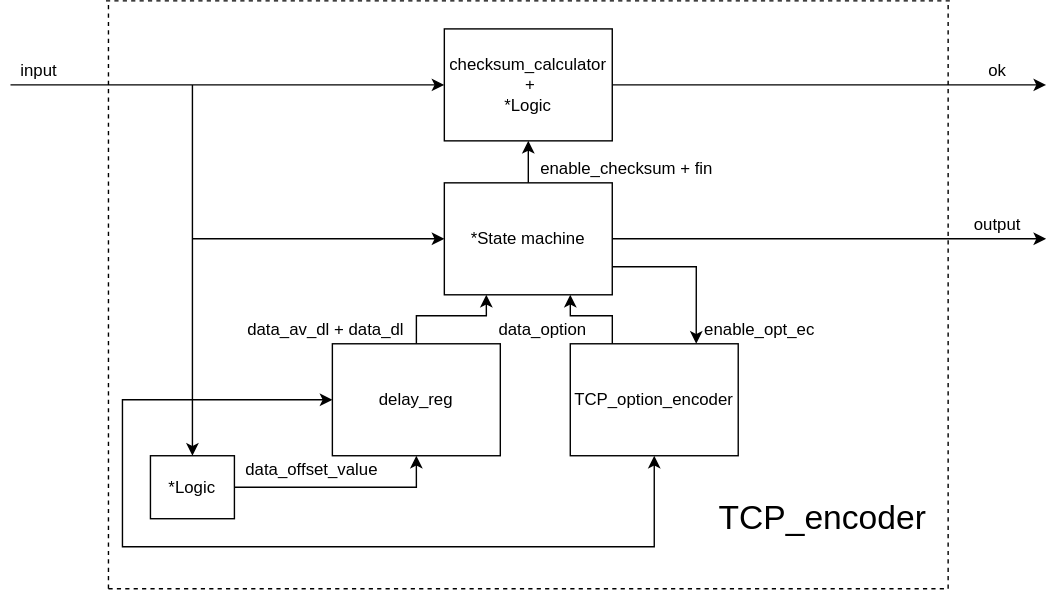
ntpt7921/Verilog_UDP_TCP keeps this draw.io diagram as Documentation/Block_diagram/TCP_encoder_bd.svg. Above is the earlier version. Source tidied: cells renumbered, new cells last; positions are measured from the earlier drawing's top-left corner, leaving out a move shared by most shapes. Its diagram source:
```xml
<mxGraphModel>
  <root>
    <mxCell id="0" />
    <mxCell id="1" parent="0" />
    <mxCell id="2" style="edgeStyle=none;rounded=0;jettySize=auto;html=1;fontSize=12;" parent="1" edge="1" source="5" target="7">
      <mxGeometry relative="1" as="geometry" />
    </mxCell>
    <mxCell id="3" style="edgeStyle=orthogonalEdgeStyle;rounded=0;jettySize=auto;html=1;exitX=1;exitY=0.75;exitDx=0;exitDy=0;entryX=0.75;entryY=0;entryDx=0;entryDy=0;" parent="1" edge="1" source="5" target="20">
      <mxGeometry relative="1" as="geometry" />
    </mxCell>
    <mxCell id="4" style="edgeStyle=orthogonalEdgeStyle;rounded=0;jettySize=auto;html=1;exitX=1;exitY=0.5;exitDx=0;exitDy=0;" parent="1" edge="1" source="5">
      <mxGeometry relative="1" as="geometry">
        <mxPoint x="740" y="170" as="targetPoint" />
      </mxGeometry>
    </mxCell>
    <mxCell id="5" value="&lt;div&gt;*State machine&lt;/div&gt;" style="rounded=0;whiteSpace=wrap;html=1;" parent="1" vertex="1">
      <mxGeometry x="310" y="130" width="120" height="80" as="geometry" />
    </mxCell>
    <mxCell id="6" style="edgeStyle=orthogonalEdgeStyle;rounded=0;jettySize=auto;html=1;" parent="1" edge="1" source="7">
      <mxGeometry relative="1" as="geometry">
        <mxPoint x="740" y="60" as="targetPoint" />
      </mxGeometry>
    </mxCell>
    <mxCell id="7" value="&lt;div&gt;checksum_calculator&lt;/div&gt;&lt;div&gt;&amp;nbsp;+&lt;/div&gt;&lt;div&gt;*Logic&lt;br&gt;&lt;/div&gt;" style="rounded=0;whiteSpace=wrap;html=1;" parent="1" vertex="1">
      <mxGeometry x="310" y="20" width="120" height="80" as="geometry" />
    </mxCell>
    <mxCell id="8" value="input" style="text;html=1;align=center;verticalAlign=middle;strokeColor=none;fillColor=none;fontSize=12;" parent="1" vertex="1">
      <mxGeometry y="40" width="40" height="20" as="geometry" />
    </mxCell>
    <mxCell id="9" style="endArrow=none;dashed=1;html=1;rounded=0;fontSize=12;" parent="1" edge="1">
      <mxGeometry relative="1" as="geometry">
        <mxPoint x="68.2" as="sourcePoint" />
        <mxPoint x="671.8" as="targetPoint" />
        <Array as="points">
          <mxPoint x="368.2" />
        </Array>
      </mxGeometry>
    </mxCell>
    <mxCell id="10" style="endArrow=none;dashed=1;html=1;rounded=0;fontSize=12;" parent="1" edge="1">
      <mxGeometry relative="1" as="geometry">
        <mxPoint x="70" y="420" as="sourcePoint" />
        <mxPoint x="670" y="420" as="targetPoint" />
      </mxGeometry>
    </mxCell>
    <mxCell id="11" style="endArrow=none;dashed=1;html=1;rounded=0;fontSize=12;" parent="1" edge="1">
      <mxGeometry relative="1" as="geometry">
        <mxPoint x="70" y="420" as="sourcePoint" />
        <mxPoint x="70" as="targetPoint" />
      </mxGeometry>
    </mxCell>
    <mxCell id="12" style="endArrow=none;dashed=1;html=1;rounded=0;fontSize=12;" parent="1" edge="1">
      <mxGeometry relative="1" as="geometry">
        <mxPoint x="670" y="420" as="sourcePoint" />
        <mxPoint x="670" as="targetPoint" />
      </mxGeometry>
    </mxCell>
    <mxCell id="13" value="&lt;font style=&quot;font-size: 24px&quot;&gt;TCP_encoder&lt;/font&gt;" style="text;html=1;align=center;verticalAlign=middle;strokeColor=none;fillColor=none;fontSize=12;" parent="1" vertex="1">
      <mxGeometry x="500" y="360" width="160" height="20" as="geometry" />
    </mxCell>
    <mxCell id="14" style="edgeStyle=orthogonalEdgeStyle;rounded=0;jettySize=auto;html=1;entryX=0.25;entryY=1;entryDx=0;entryDy=0;" parent="1" edge="1" source="15" target="5">
      <mxGeometry relative="1" as="geometry" />
    </mxCell>
    <mxCell id="15" value="delay_reg" style="rounded=0;whiteSpace=wrap;html=1;" parent="1" vertex="1">
      <mxGeometry x="230" y="245" width="120" height="80" as="geometry" />
    </mxCell>
    <mxCell id="16" value="&lt;div&gt;enable_checksum + fin&lt;br&gt;&lt;/div&gt;" style="text;html=1;align=center;verticalAlign=middle;strokeColor=none;fillColor=none;fontSize=12;" parent="1" vertex="1">
      <mxGeometry x="370" y="110" width="140" height="20" as="geometry" />
    </mxCell>
    <mxCell id="17" value="data_av_dl + data_dl" style="text;html=1;align=center;verticalAlign=middle;strokeColor=none;fillColor=none;fontSize=12;" parent="1" vertex="1">
      <mxGeometry x="160" y="225" width="130" height="20" as="geometry" />
    </mxCell>
    <mxCell id="18" style="endArrow=classic;html=1;rounded=0;entryX=0;entryY=0.5;entryDx=0;entryDy=0;" parent="1" edge="1" target="7">
      <mxGeometry relative="1" as="geometry">
        <mxPoint y="60" as="sourcePoint" />
      </mxGeometry>
    </mxCell>
    <mxCell id="19" style="edgeStyle=orthogonalEdgeStyle;rounded=0;jettySize=auto;html=1;entryX=0.75;entryY=1;entryDx=0;entryDy=0;" parent="1" edge="1" source="20" target="5">
      <mxGeometry relative="1" as="geometry">
        <Array as="points">
          <mxPoint x="430" y="225" />
          <mxPoint x="400" y="225" />
        </Array>
      </mxGeometry>
    </mxCell>
    <mxCell id="20" value="TCP_option_encoder" style="rounded=0;whiteSpace=wrap;html=1;" parent="1" vertex="1">
      <mxGeometry x="400" y="245" width="120" height="80" as="geometry" />
    </mxCell>
    <mxCell id="21" value="data_option" style="text;html=1;align=center;verticalAlign=middle;strokeColor=none;fillColor=none;fontSize=12;" parent="1" vertex="1">
      <mxGeometry x="340" y="225" width="80" height="20" as="geometry" />
    </mxCell>
    <mxCell id="22" value="enable_opt_ec" style="text;html=1;align=center;verticalAlign=middle;strokeColor=none;fillColor=none;" parent="1" vertex="1">
      <mxGeometry x="490" y="225" width="90" height="20" as="geometry" />
    </mxCell>
    <mxCell id="23" style="edgeStyle=orthogonalEdgeStyle;rounded=0;jettySize=auto;html=1;entryX=0.5;entryY=1;entryDx=0;entryDy=0;" parent="1" edge="1" source="24" target="15">
      <mxGeometry relative="1" as="geometry" />
    </mxCell>
    <mxCell id="24" value="&lt;div&gt;*Logic&lt;br&gt;&lt;/div&gt;" style="rounded=0;whiteSpace=wrap;html=1;" parent="1" vertex="1">
      <mxGeometry x="100" y="325" width="60" height="45" as="geometry" />
    </mxCell>
    <mxCell id="25" value="data_offset_value" style="text;html=1;align=center;verticalAlign=middle;strokeColor=none;fillColor=none;" parent="1" vertex="1">
      <mxGeometry x="160" y="325" width="110" height="20" as="geometry" />
    </mxCell>
    <mxCell id="26" style="endArrow=classic;html=1;rounded=0;" parent="1" edge="1" target="24">
      <mxGeometry relative="1" as="geometry">
        <mxPoint x="130" y="60" as="sourcePoint" />
      </mxGeometry>
    </mxCell>
    <mxCell id="27" style="endArrow=classic;html=1;rounded=0;entryX=0.5;entryY=1;entryDx=0;entryDy=0;" parent="1" edge="1" target="20">
      <mxGeometry relative="1" as="geometry">
        <mxPoint x="130" y="285" as="sourcePoint" />
        <Array as="points">
          <mxPoint x="80" y="285" />
          <mxPoint x="80" y="390" />
          <mxPoint x="460" y="390" />
        </Array>
      </mxGeometry>
    </mxCell>
    <mxCell id="28" value="&lt;div&gt;ok&lt;/div&gt;" style="text;html=1;align=center;verticalAlign=middle;strokeColor=none;fillColor=none;" parent="1" vertex="1">
      <mxGeometry x="690" y="40" width="30" height="20" as="geometry" />
    </mxCell>
    <mxCell id="29" value="output" style="text;html=1;align=center;verticalAlign=middle;strokeColor=none;fillColor=none;" parent="1" vertex="1">
      <mxGeometry x="680" y="150" width="50" height="20" as="geometry" />
    </mxCell>
    <mxCell id="30" style="endArrow=classic;html=1;rounded=0;entryX=0;entryY=0.5;entryDx=0;entryDy=0;" parent="1" edge="1" target="15">
      <mxGeometry relative="1" as="geometry">
        <mxPoint x="130" y="285" as="sourcePoint" />
      </mxGeometry>
    </mxCell>
    <mxCell id="31" style="endArrow=classic;html=1;rounded=0;entryX=0;entryY=0.5;entryDx=0;entryDy=0;" parent="1" edge="1" target="5">
      <mxGeometry relative="1" as="geometry">
        <mxPoint x="130" y="170" as="sourcePoint" />
      </mxGeometry>
    </mxCell>
  </root>
</mxGraphModel>
```
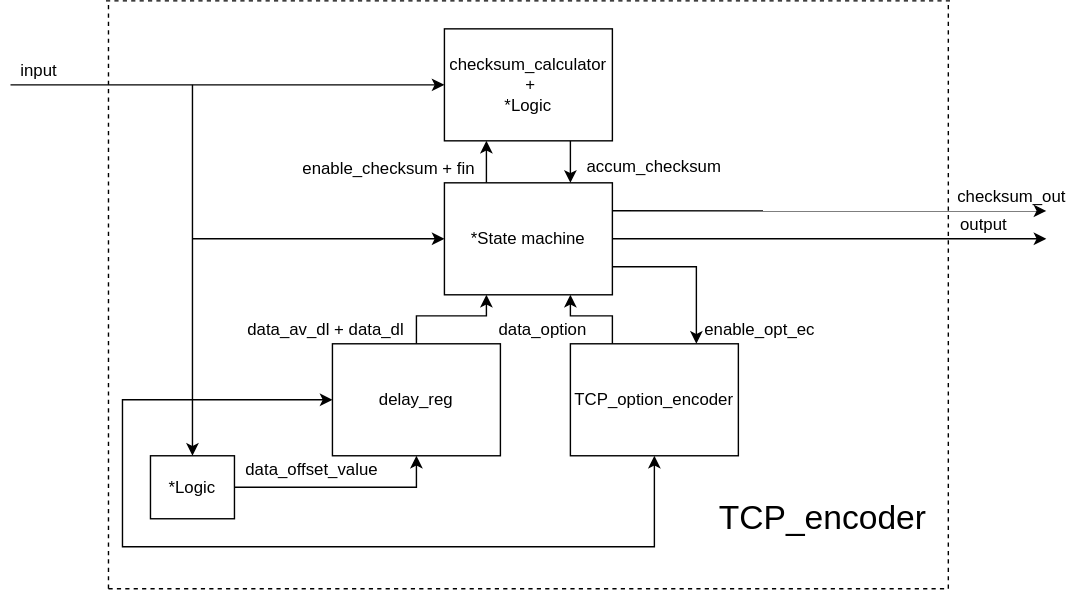
The same file after the commit.

The edit, as a diff of the source:
```diff
@@ -2,7 +2,7 @@
   <root>
     <mxCell id="0" />
     <mxCell id="1" parent="0" />
-    <mxCell id="2" style="edgeStyle=none;rounded=0;jettySize=auto;html=1;fontSize=12;" parent="1" edge="1" source="5" target="7">
+    <mxCell id="2" style="edgeStyle=none;rounded=0;jettySize=auto;html=1;fontSize=12;entryX=0.25;entryY=1;entryDx=0;entryDy=0;exitX=0.25;exitY=0;exitDx=0;exitDy=0;" parent="1" edge="1" source="5" target="7">
       <mxGeometry relative="1" as="geometry" />
     </mxCell>
     <mxCell id="3" style="edgeStyle=orthogonalEdgeStyle;rounded=0;jettySize=auto;html=1;exitX=1;exitY=0.75;exitDx=0;exitDy=0;entryX=0.75;entryY=0;entryDx=0;entryDy=0;" parent="1" edge="1" source="5" target="20">
@@ -13,14 +13,17 @@
         <mxPoint x="740" y="170" as="targetPoint" />
       </mxGeometry>
     </mxCell>
+    <mxCell id="32" style="edgeStyle=orthogonalEdgeStyle;rounded=0;jettySize=auto;html=1;exitX=1;exitY=0.25;exitDx=0;exitDy=0;" parent="1" edge="1" source="5">
+      <mxGeometry relative="1" as="geometry">
+        <mxPoint x="740" y="150" as="targetPoint" />
+      </mxGeometry>
+    </mxCell>
     <mxCell id="5" value="&lt;div&gt;*State machine&lt;/div&gt;" style="rounded=0;whiteSpace=wrap;html=1;" parent="1" vertex="1">
       <mxGeometry x="310" y="130" width="120" height="80" as="geometry" />
     </mxCell>
-    <mxCell id="6" style="edgeStyle=orthogonalEdgeStyle;rounded=0;jettySize=auto;html=1;" parent="1" edge="1" source="7">
-      <mxGeometry relative="1" as="geometry">
-        <mxPoint x="740" y="60" as="targetPoint" />
-      </mxGeometry>
-    </mxCell>
+    <mxCell id="33" style="edgeStyle=orthogonalEdgeStyle;rounded=0;jettySize=auto;html=1;exitX=0.75;exitY=1;exitDx=0;exitDy=0;entryX=0.75;entryY=0;entryDx=0;entryDy=0;" parent="1" edge="1" source="7" target="5">
+      <mxGeometry relative="1" as="geometry" />
+    </mxCell>
     <mxCell id="7" value="&lt;div&gt;checksum_calculator&lt;/div&gt;&lt;div&gt;&amp;nbsp;+&lt;/div&gt;&lt;div&gt;*Logic&lt;br&gt;&lt;/div&gt;" style="rounded=0;whiteSpace=wrap;html=1;" parent="1" vertex="1">
       <mxGeometry x="310" y="20" width="120" height="80" as="geometry" />
     </mxCell>
@@ -64,7 +67,7 @@
       <mxGeometry x="230" y="245" width="120" height="80" as="geometry" />
     </mxCell>
     <mxCell id="16" value="&lt;div&gt;enable_checksum + fin&lt;br&gt;&lt;/div&gt;" style="text;html=1;align=center;verticalAlign=middle;strokeColor=none;fillColor=none;fontSize=12;" parent="1" vertex="1">
-      <mxGeometry x="370" y="110" width="140" height="20" as="geometry" />
+      <mxGeometry x="200" y="110" width="140" height="20" as="geometry" />
     </mxCell>
     <mxCell id="17" value="data_av_dl + data_dl" style="text;html=1;align=center;verticalAlign=middle;strokeColor=none;fillColor=none;fontSize=12;" parent="1" vertex="1">
       <mxGeometry x="160" y="225" width="130" height="20" as="geometry" />
@@ -115,11 +118,8 @@
         </Array>
       </mxGeometry>
     </mxCell>
-    <mxCell id="28" value="&lt;div&gt;ok&lt;/div&gt;" style="text;html=1;align=center;verticalAlign=middle;strokeColor=none;fillColor=none;" parent="1" vertex="1">
-      <mxGeometry x="690" y="40" width="30" height="20" as="geometry" />
-    </mxCell>
     <mxCell id="29" value="output" style="text;html=1;align=center;verticalAlign=middle;strokeColor=none;fillColor=none;" parent="1" vertex="1">
-      <mxGeometry x="680" y="150" width="50" height="20" as="geometry" />
+      <mxGeometry x="670" y="150" width="50" height="20" as="geometry" />
     </mxCell>
     <mxCell id="30" style="endArrow=classic;html=1;rounded=0;entryX=0;entryY=0.5;entryDx=0;entryDy=0;" parent="1" edge="1" target="15">
       <mxGeometry relative="1" as="geometry">
@@ -131,5 +131,11 @@
         <mxPoint x="130" y="170" as="sourcePoint" />
       </mxGeometry>
     </mxCell>
+    <mxCell id="34" value="accum_checksum" style="text;whiteSpace=wrap;html=1;" parent="1" vertex="1">
+      <mxGeometry x="410" y="105" width="120" height="25" as="geometry" />
+    </mxCell>
+    <mxCell id="35" value="checksum_out" style="text;html=1;align=center;verticalAlign=middle;strokeColor=none;fillColor=none;" parent="1" vertex="1">
+      <mxGeometry x="670" y="130" width="90" height="20" as="geometry" />
+    </mxCell>
   </root>
 </mxGraphModel>
```
